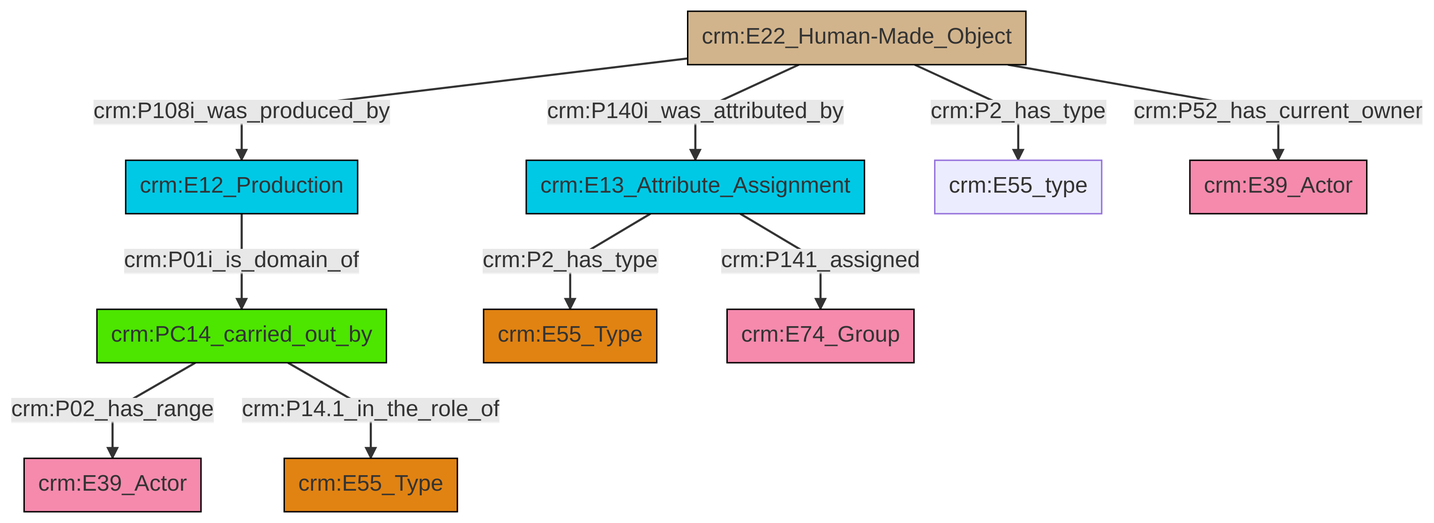
This is et/builtWorkCSV/ttl/mmd/png/Built_Work_actor_relations.png from swiss-art-research-net/reference-data-models, a Mermaid export, as it was before one commit. Its source is kept beside it as et/builtWorkCSV/ttl/mmd/Built_Work_actor_relations.ttl.mmd.
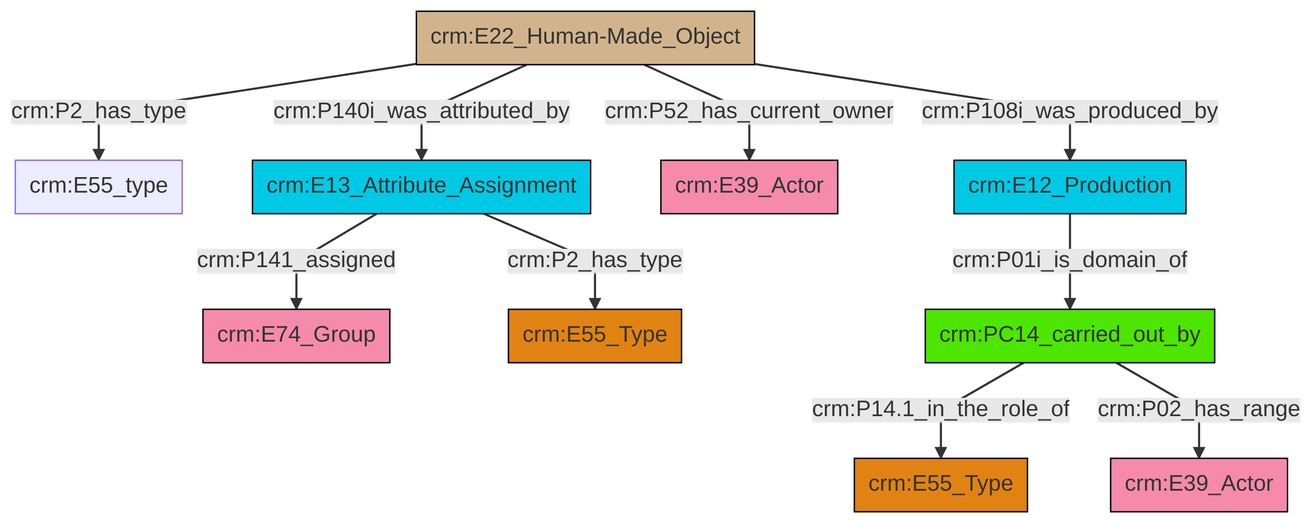
Later version of the same file.

What changed in the source:
```diff
@@ -13,12 +13,12 @@
 classDef PC_Classes fill:#4ce600, stroke:#000000;
 classDef Multi fill:#cccccc,stroke:#000000;
 
-0["crm:PC14_carried_out_by"]:::PC_Classes -->|crm:P02_has_range| 1["crm:E39_Actor"]:::Actor
-4["crm:E12_Production"]:::Temporal_Entity -->|crm:P01i_is_domain_of| 0["crm:PC14_carried_out_by"]:::PC_Classes
-8["crm:E22_Human-Made_Object"]:::Physical_Thing -->|crm:P2_has_type| 12["crm:E55_type"]:::Default
-2["crm:E13_Attribute_Assignment"]:::Temporal_Entity -->|crm:P2_has_type| 5["crm:E55_Type"]:::Type
-8["crm:E22_Human-Made_Object"]:::Physical_Thing -->|crm:P52_has_current_owner| 13["crm:E39_Actor"]:::Actor
-8["crm:E22_Human-Made_Object"]:::Physical_Thing -->|crm:P140i_was_attributed_by| 2["crm:E13_Attribute_Assignment"]:::Temporal_Entity
-8["crm:E22_Human-Made_Object"]:::Physical_Thing -->|crm:P108i_was_produced_by| 4["crm:E12_Production"]:::Temporal_Entity
-0["crm:PC14_carried_out_by"]:::PC_Classes -->|crm:P14.1_in_the_role_of| 15["crm:E55_Type"]:::Type
-2["crm:E13_Attribute_Assignment"]:::Temporal_Entity -->|crm:P141_assigned| 17["crm:E74_Group"]:::Actor
+2["crm:E22_Human-Made_Object"]:::Physical_Thing -->|crm:P2_has_type| 3["crm:E55_type"]:::Default
+4["crm:PC14_carried_out_by"]:::PC_Classes -->|crm:P14.1_in_the_role_of| 6["crm:E55_Type"]:::Type
+2["crm:E22_Human-Made_Object"]:::Physical_Thing -->|crm:P140i_was_attributed_by| 7["crm:E13_Attribute_Assignment"]:::Temporal_Entity
+8["crm:E12_Production"]:::Temporal_Entity -->|crm:P01i_is_domain_of| 4["crm:PC14_carried_out_by"]:::PC_Classes
+2["crm:E22_Human-Made_Object"]:::Physical_Thing -->|crm:P52_has_current_owner| 10["crm:E39_Actor"]:::Actor
+4["crm:PC14_carried_out_by"]:::PC_Classes -->|crm:P02_has_range| 11["crm:E39_Actor"]:::Actor
+7["crm:E13_Attribute_Assignment"]:::Temporal_Entity -->|crm:P141_assigned| 18["crm:E74_Group"]:::Actor
+2["crm:E22_Human-Made_Object"]:::Physical_Thing -->|crm:P108i_was_produced_by| 8["crm:E12_Production"]:::Temporal_Entity
+7["crm:E13_Attribute_Assignment"]:::Temporal_Entity -->|crm:P2_has_type| 0["crm:E55_Type"]:::Type
```
